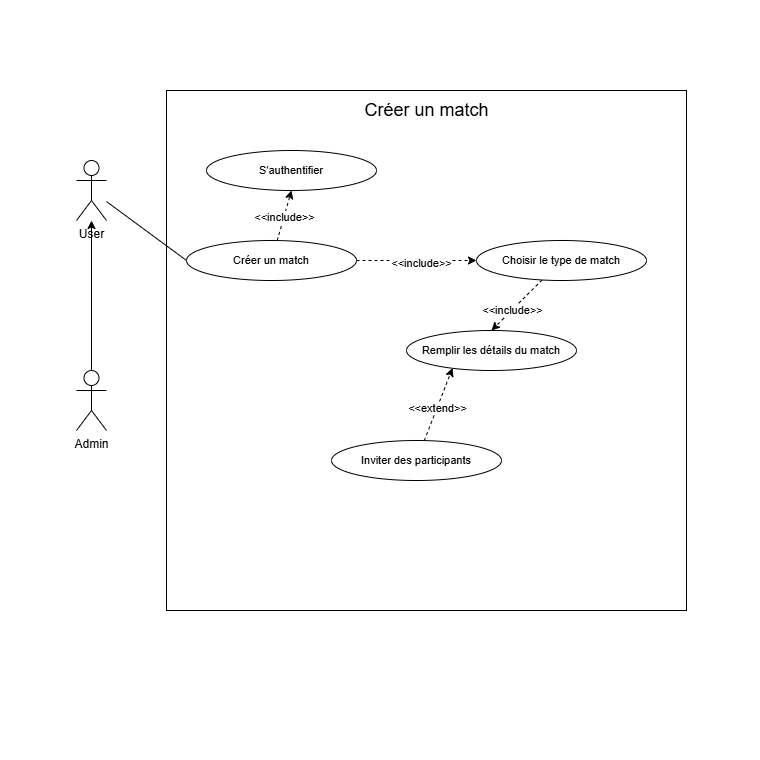
Before: Diagram use case Créer un match.drawio.png, a diagram exported from draw.io (Mathistrg/Styx). Source tidied: cells renumbered, new cells last; positions are measured from the earlier drawing's top-left corner, leaving out a move shared by most shapes.
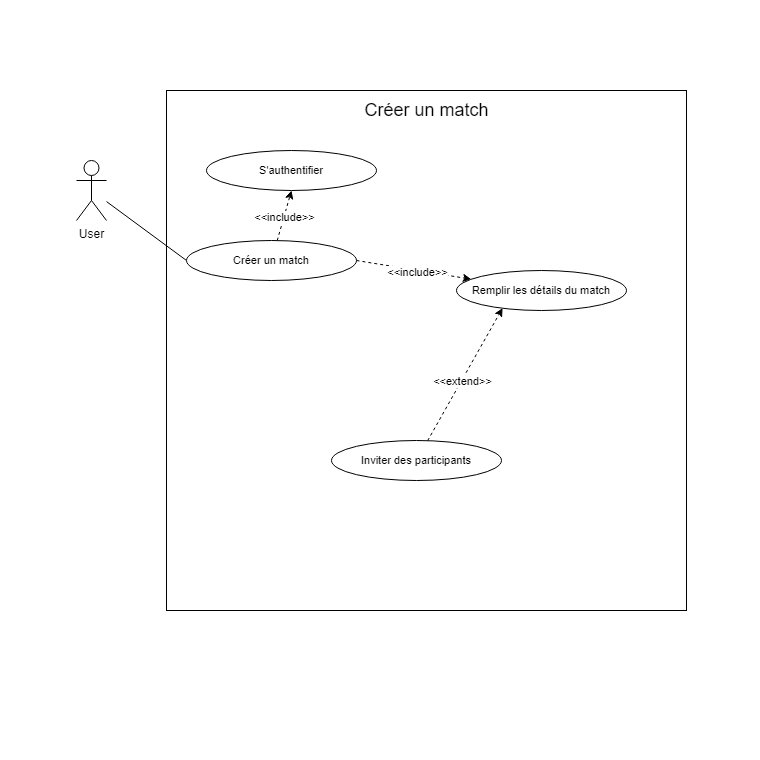
Later version of the same file.

Commit message:
Mettre à jour Diagram use case Créer un match.drawio.png

The edit, as a diff of the source:
```diff
@@ -11,9 +11,6 @@
     <mxCell id="4" value="&lt;font style=&quot;font-size: 18px;&quot;&gt;Créer un match&lt;/font&gt;" style="text;html=1;align=center;verticalAlign=middle;strokeColor=none;fillColor=none;" parent="1" vertex="1">
       <mxGeometry x="351" y="90" width="150" height="40" as="geometry" />
     </mxCell>
-    <mxCell id="5" style="rounded=0;jettySize=auto;html=1;endArrow=none;endFill=0;entryX=0.5;entryY=0;entryDx=0;entryDy=0;entryPerimeter=0;startArrow=classic;startFill=1;" parent="1" edge="1" source="7" target="13">
-      <mxGeometry relative="1" as="geometry" />
-    </mxCell>
     <mxCell id="6" style="edgeStyle=none;shape=connector;rounded=0;jettySize=auto;html=1;entryX=0;entryY=0.5;entryDx=0;entryDy=0;strokeColor=default;align=center;verticalAlign=middle;fontFamily=Helvetica;fontSize=11;fontColor=default;labelBackgroundColor=default;endArrow=none;endFill=0;" parent="1" edge="1" source="7" target="12">
       <mxGeometry relative="1" as="geometry" />
     </mxCell>
@@ -26,7 +23,7 @@
     <mxCell id="9" value="&amp;lt;&amp;lt;include&amp;gt;&amp;gt;" style="edgeLabel;html=1;align=center;verticalAlign=middle;fontFamily=Helvetica;fontSize=11;fontColor=default;labelBackgroundColor=default;" parent="8" vertex="1">
       <mxGeometry x="-0.06" relative="1" as="geometry" />
     </mxCell>
-    <mxCell id="10" style="edgeStyle=none;shape=connector;rounded=0;jettySize=auto;html=1;exitX=1;exitY=0.5;exitDx=0;exitDy=0;entryX=0;entryY=0.5;entryDx=0;entryDy=0;dashed=1;strokeColor=default;align=center;verticalAlign=middle;fontFamily=Helvetica;fontSize=11;fontColor=default;labelBackgroundColor=default;endArrow=classic;endFill=1;" parent="1" edge="1" source="12" target="17">
+    <mxCell id="10" style="edgeStyle=none;shape=connector;rounded=0;jettySize=auto;html=1;exitX=1;exitY=0.5;exitDx=0;exitDy=0;dashed=1;strokeColor=default;align=center;verticalAlign=middle;fontFamily=Helvetica;fontSize=11;fontColor=default;labelBackgroundColor=default;endArrow=classic;endFill=1;" parent="1" edge="1" source="12" target="18">
       <mxGeometry relative="1" as="geometry" />
     </mxCell>
     <mxCell id="11" value="&amp;lt;&amp;lt;include&amp;gt;&amp;gt;" style="edgeLabel;html=1;align=center;verticalAlign=middle;fontFamily=Helvetica;fontSize=11;fontColor=default;labelBackgroundColor=default;" parent="10" vertex="1">
@@ -35,23 +32,11 @@
     <mxCell id="12" value="Créer un match" style="ellipse;whiteSpace=wrap;html=1;fontFamily=Helvetica;fontSize=11;fontColor=default;labelBackgroundColor=default;" parent="1" vertex="1">
       <mxGeometry x="186" y="240" width="170" height="40" as="geometry" />
     </mxCell>
-    <mxCell id="13" value="Admin" style="shape=umlActor;verticalLabelPosition=bottom;verticalAlign=top;html=1;outlineConnect=0;" parent="1" vertex="1">
-      <mxGeometry x="76" y="370" width="30" height="60" as="geometry" />
-    </mxCell>
     <mxCell id="14" value="S'authentifier" style="ellipse;whiteSpace=wrap;html=1;fontFamily=Helvetica;fontSize=11;fontColor=default;labelBackgroundColor=default;" parent="1" vertex="1">
       <mxGeometry x="206" y="150" width="170" height="40" as="geometry" />
     </mxCell>
-    <mxCell id="15" style="edgeStyle=none;shape=connector;rounded=0;jettySize=auto;html=1;entryX=0.5;entryY=0;entryDx=0;entryDy=0;dashed=1;strokeColor=default;align=center;verticalAlign=middle;fontFamily=Helvetica;fontSize=11;fontColor=default;labelBackgroundColor=default;endArrow=classic;endFill=1;" parent="1" edge="1" source="17" target="18">
-      <mxGeometry relative="1" as="geometry" />
-    </mxCell>
-    <mxCell id="16" value="&amp;lt;&amp;lt;include&amp;gt;&amp;gt;" style="edgeLabel;html=1;align=center;verticalAlign=middle;fontFamily=Helvetica;fontSize=11;fontColor=default;labelBackgroundColor=default;" parent="15" vertex="1">
-      <mxGeometry x="0.17" relative="1" as="geometry" />
-    </mxCell>
-    <mxCell id="17" value="Choisir le type de match" style="ellipse;whiteSpace=wrap;html=1;fontFamily=Helvetica;fontSize=11;fontColor=default;labelBackgroundColor=default;" parent="1" vertex="1">
-      <mxGeometry x="476" y="240" width="170" height="40" as="geometry" />
-    </mxCell>
     <mxCell id="18" value="Remplir les détails du match" style="ellipse;whiteSpace=wrap;html=1;fontFamily=Helvetica;fontSize=11;fontColor=default;labelBackgroundColor=default;" parent="1" vertex="1">
-      <mxGeometry x="406" y="330" width="170" height="40" as="geometry" />
+      <mxGeometry x="456" y="270" width="170" height="40" as="geometry" />
     </mxCell>
     <mxCell id="19" value="Inviter des participants" style="ellipse;whiteSpace=wrap;html=1;fontFamily=Helvetica;fontSize=11;fontColor=default;labelBackgroundColor=default;" parent="1" vertex="1">
       <mxGeometry x="331" y="440" width="170" height="40" as="geometry" />
```
